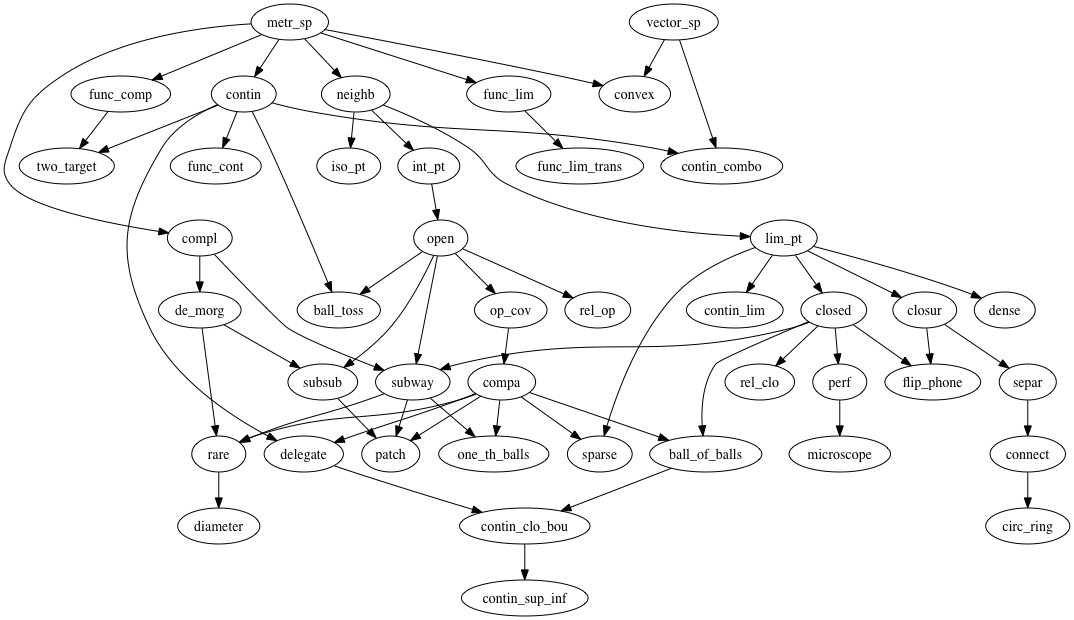
Earlier version of the Graphviz export topology.png (naveenvpai/real_analysis). Its source is kept beside it as topology.gv.
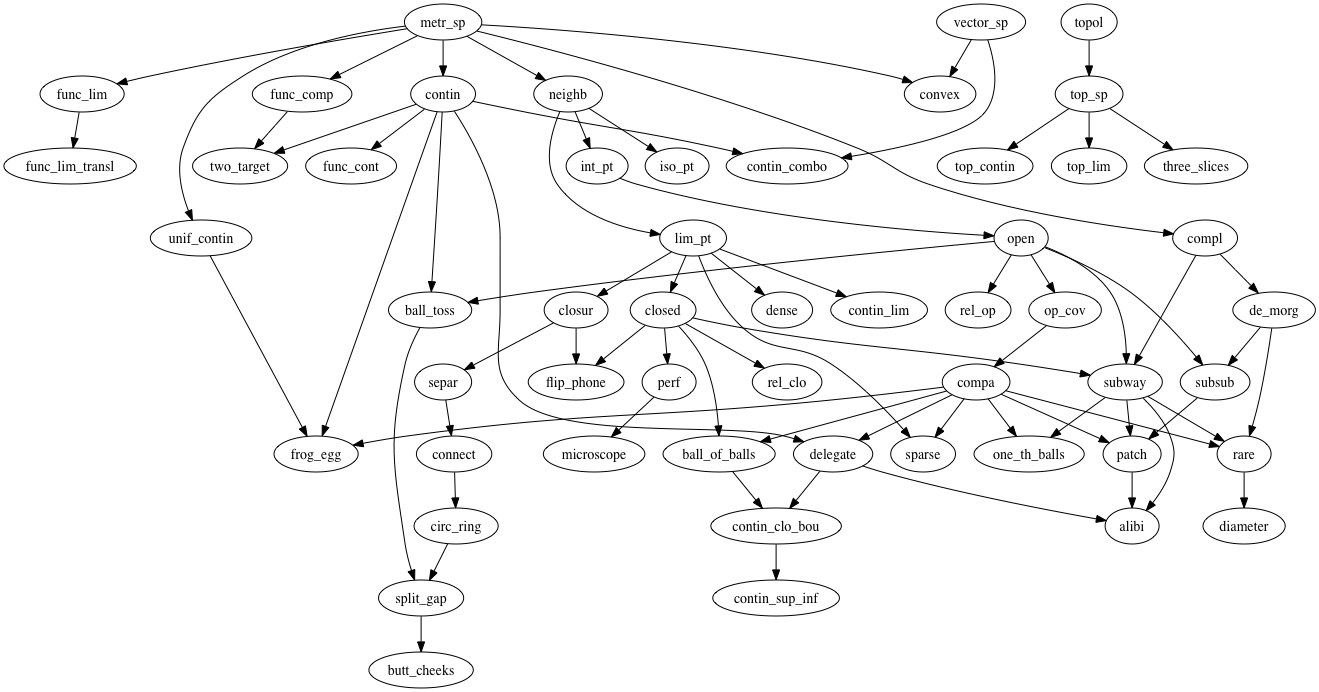
After the change.

What changed in the source:
```diff
@@ -40,7 +40,7 @@
   metr_sp -> func_lim;
   metr_sp -> contin;
   perf -> microscope;
-  func_lim -> func_lim_trans;
+  func_lim -> func_lim_transl;
   contin -> func_cont;
   metr_sp -> func_comp;
   contin -> two_target;
@@ -57,6 +57,20 @@
   ball_of_balls -> contin_clo_bou;
   delegate -> contin_clo_bou;
   contin_clo_bou -> contin_sup_inf;
+  delegate -> alibi
+  patch -> alibi
+  subway -> alibi
+  metr_sp -> unif_contin
+  unif_contin -> frog_egg
+  compa -> frog_egg
+  contin -> frog_egg
+  circ_ring -> split_gap
+  ball_toss -> split_gap
+  split_gap -> butt_cheeks
+  topol -> top_sp
+  top_sp -> top_contin
+  top_sp -> top_lim
+  top_sp -> three_slices
 }
 
 /*
@@ -78,4 +92,9 @@
  * ball_of_balls = Compact implies closed and bounded
  * contin_clo_bou = Continuous func image of compact set is closed and bounded;
  * contin_sup_inf = Continuous func achieves inf and sup on compact set
+ * alibi = 1-to-1 map from compact metric space preserves open sets
+ * frog_egg = continuous map from a compact metric space is uniformly continuous
+ * split_gap = continuous maps preserve connectedness
+ * butt_cheeks = intermediate value theorem
+ * three_slices = extended reals topology makes R compact
  * */
```
